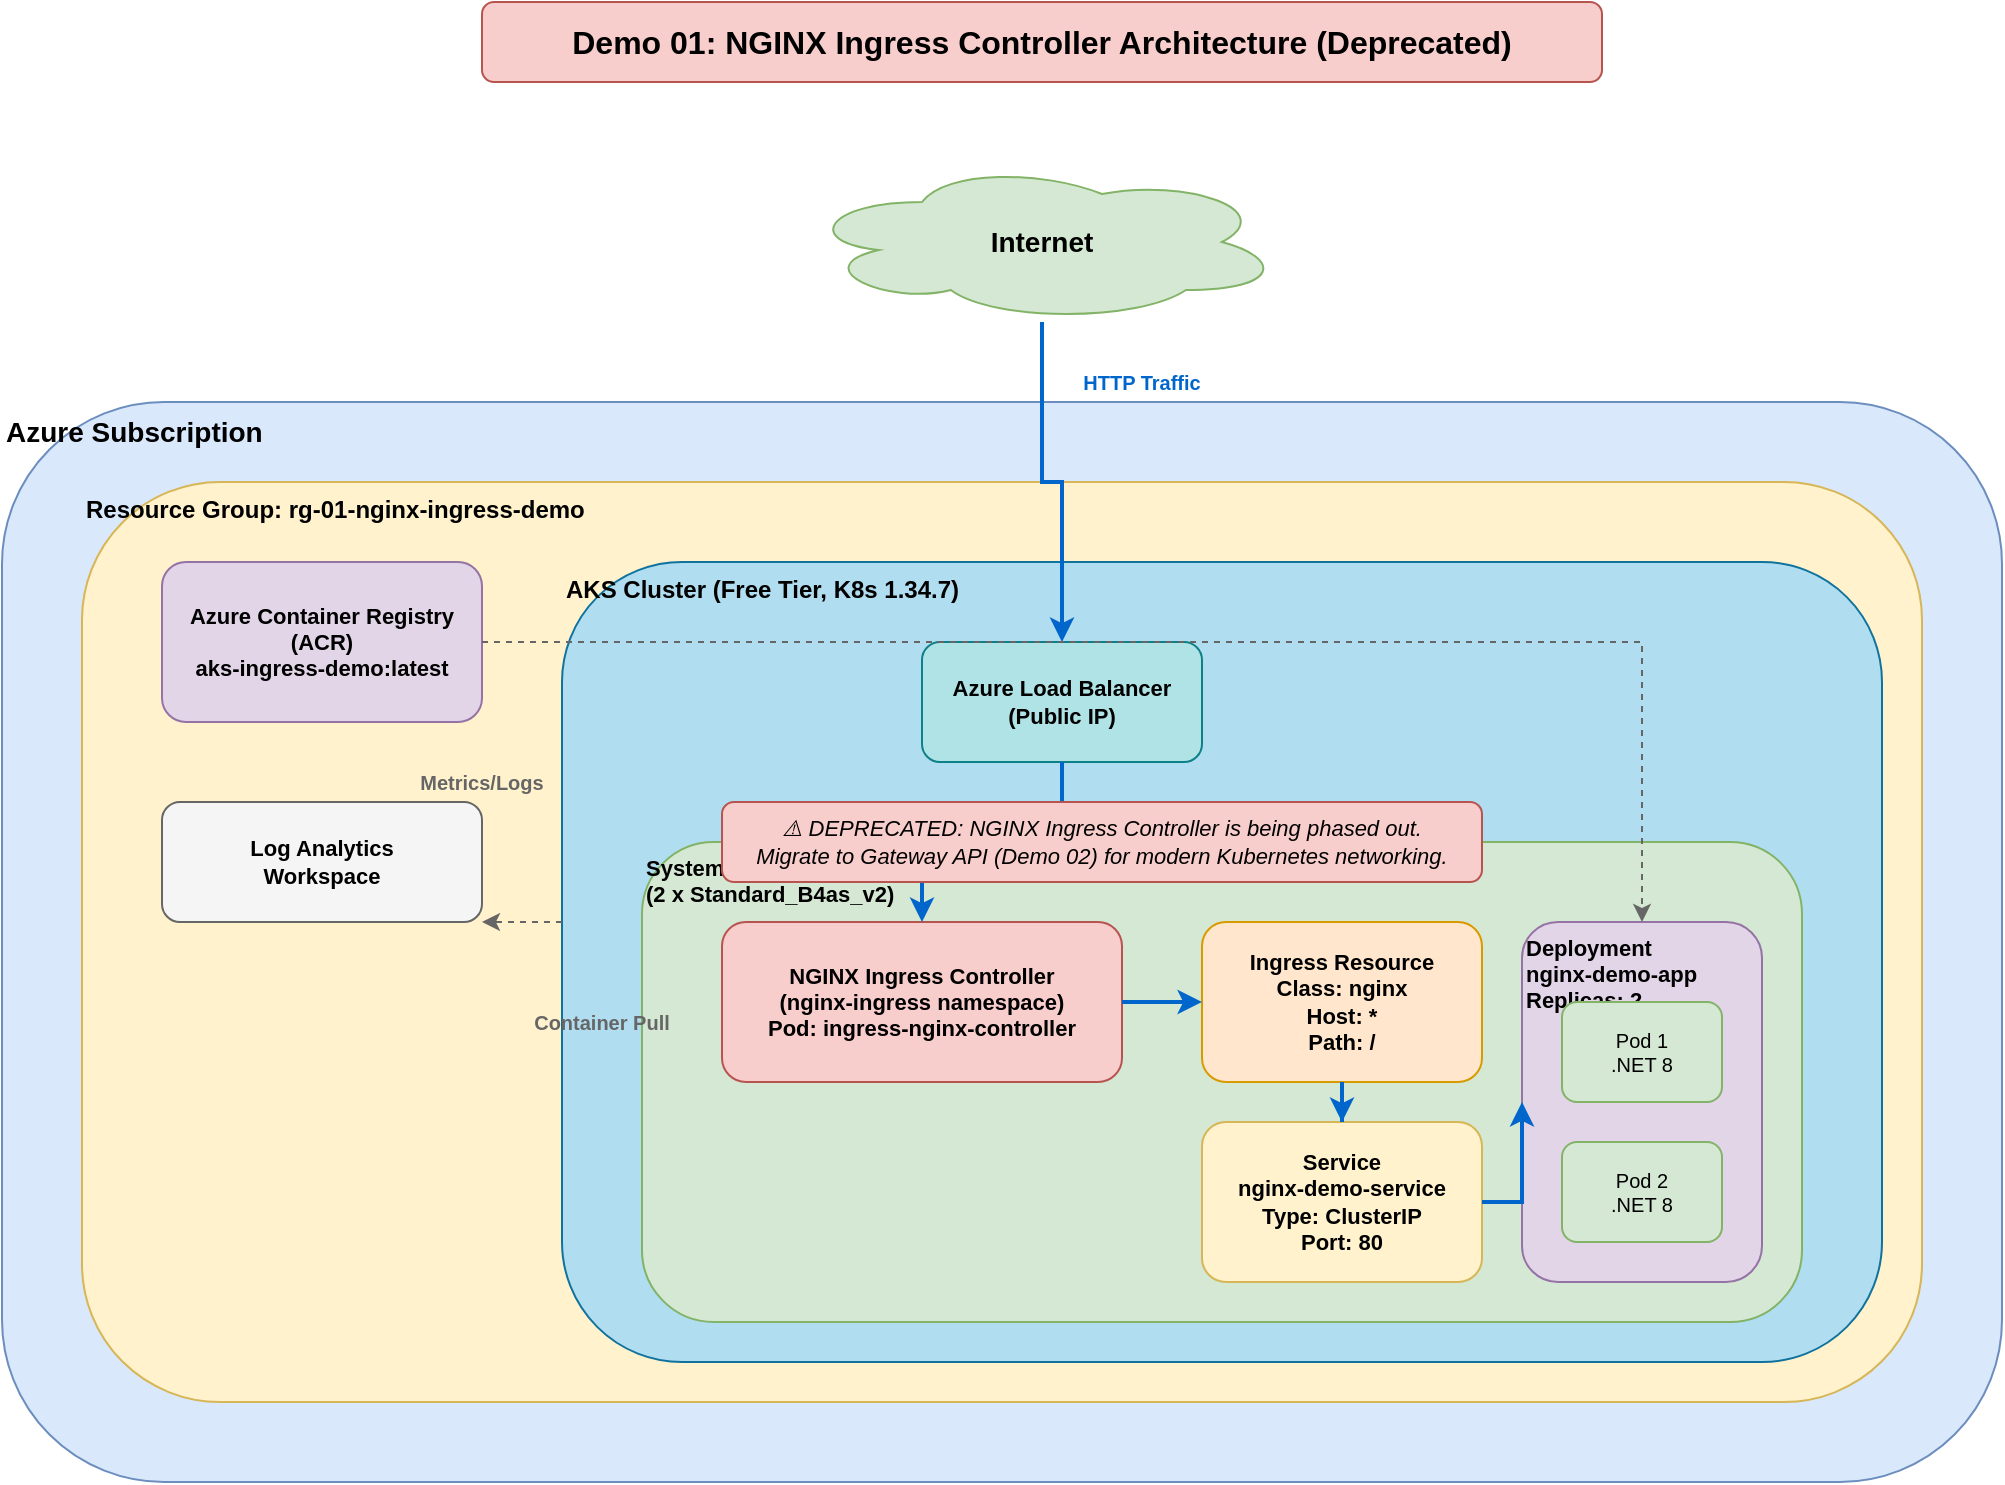
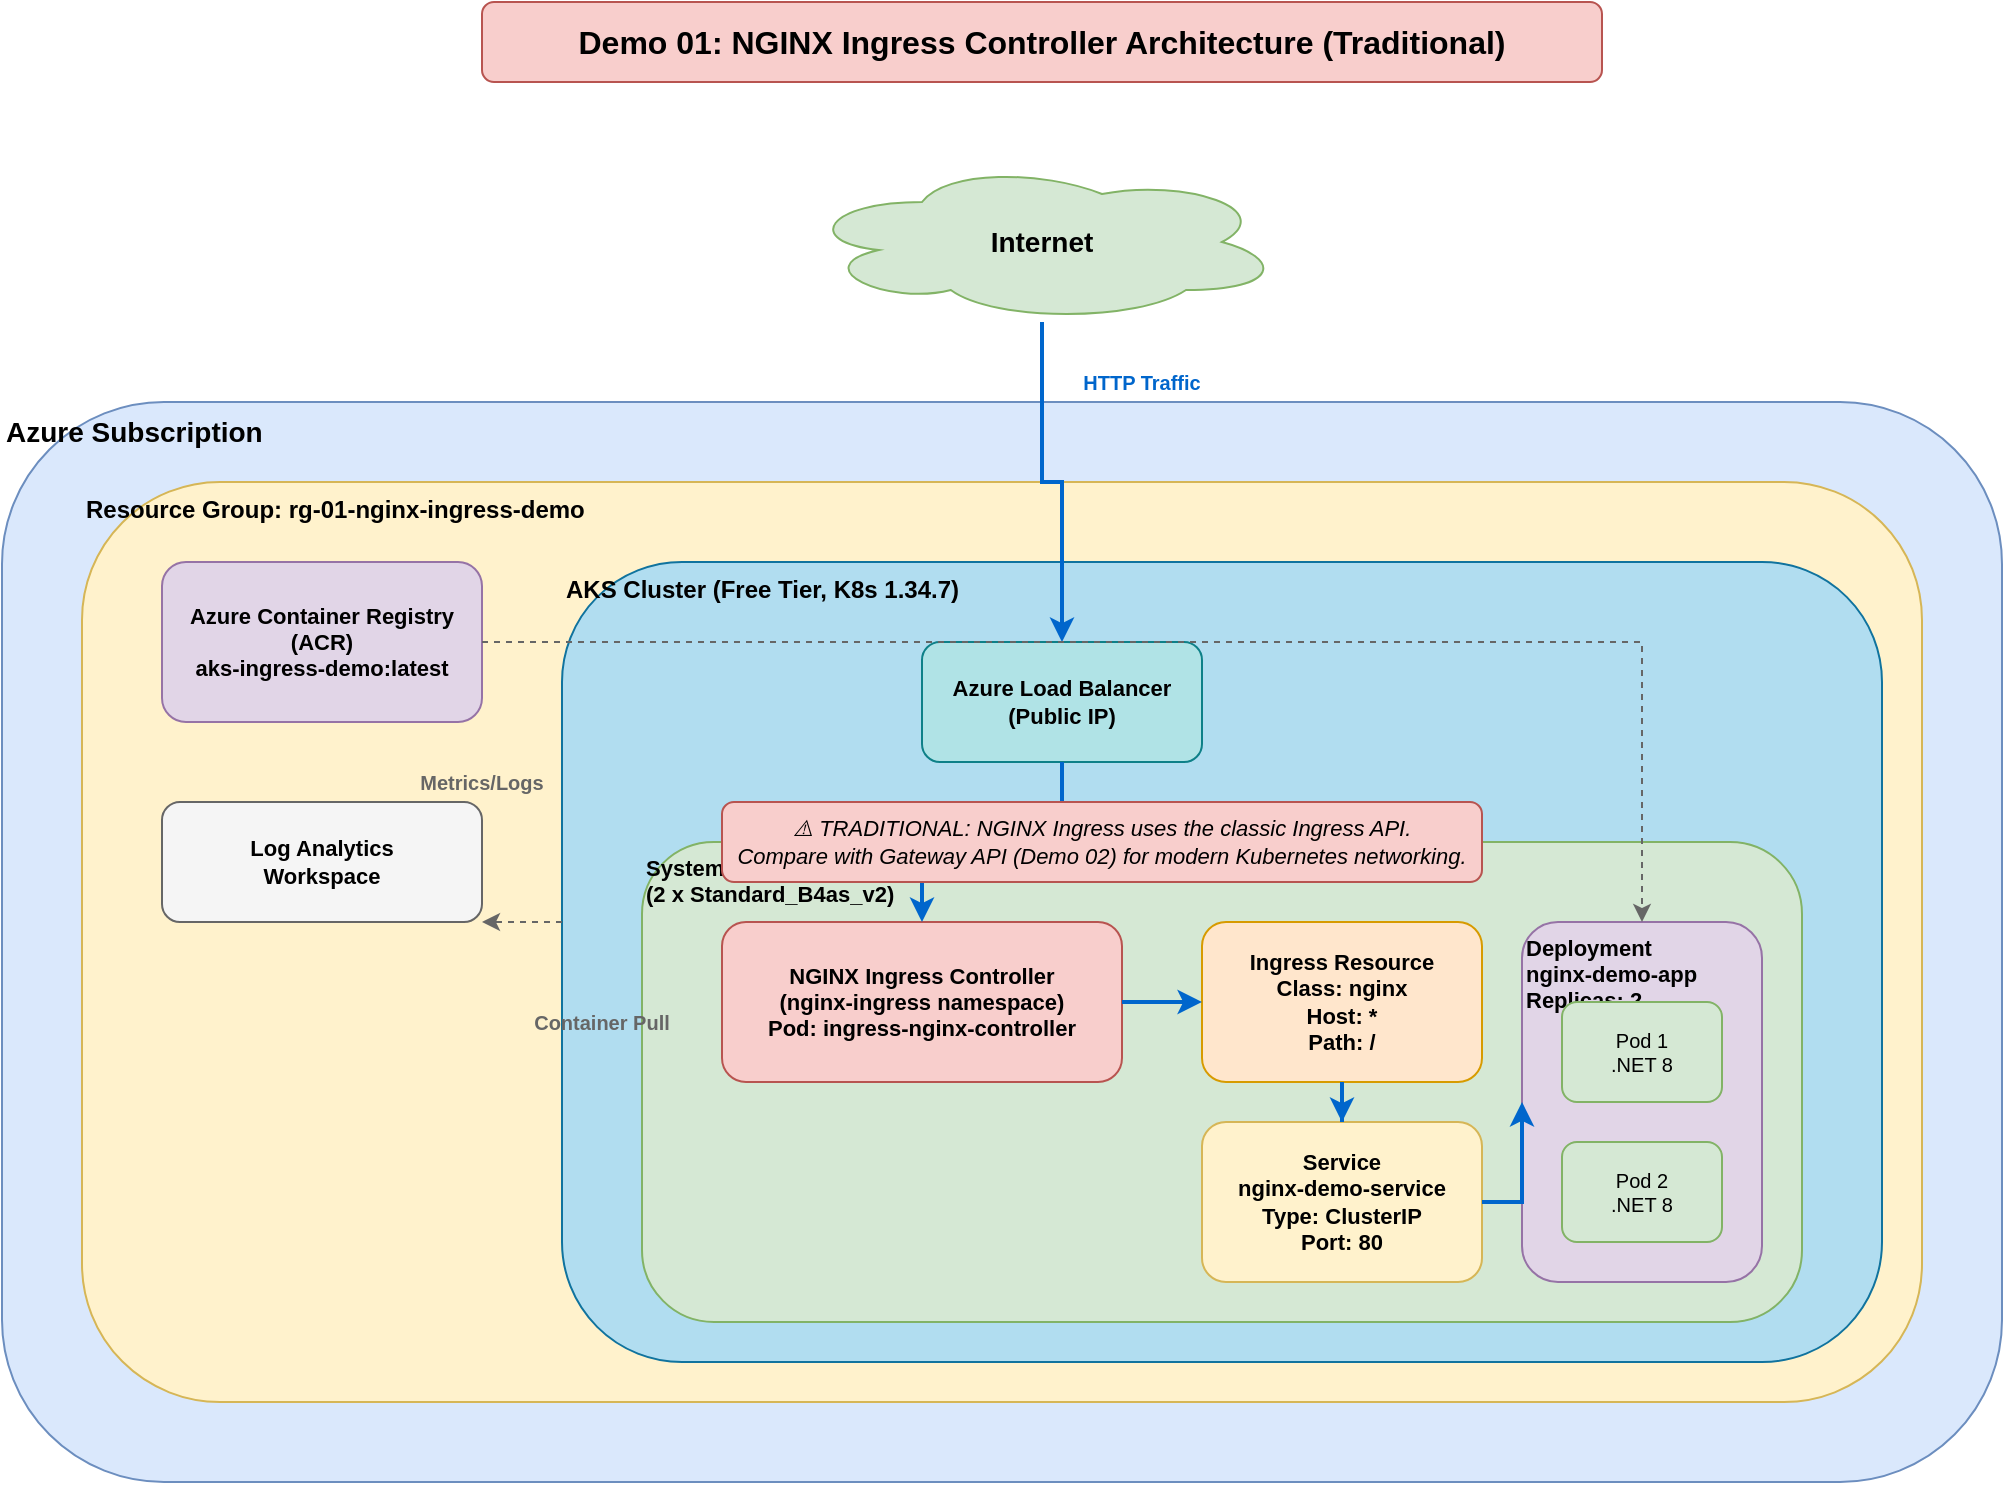
<mxfile host="app.diagrams.net" modified="2026-05-21T12:17:00.000Z" agent="draw.io" version="24.0.0">
  <diagram name="NGINX Ingress Architecture" id="nginx-ingress-arch">
    <mxGraphModel dx="1422" dy="794" grid="1" gridSize="10" guides="1" tooltips="1" connect="1" arrows="1" fold="1" page="1" pageScale="1" pageWidth="1169" pageHeight="827" math="0" shadow="0">
      <root>
        <mxCell id="0" />
        <mxCell id="1" parent="0" />

        <!-- Title -->
-         <mxCell id="title" value="Demo 01: NGINX Ingress Controller Architecture (Deprecated)" style="text;html=1;strokeColor=#b85450;fillColor=#f8cecc;align=center;verticalAlign=middle;whiteSpace=wrap;rounded=1;fontStyle=1;fontSize=16;" vertex="1" parent="1">
+         <mxCell id="title" value="Demo 01: NGINX Ingress Controller Architecture (Traditional)" style="text;html=1;strokeColor=#b85450;fillColor=#f8cecc;align=center;verticalAlign=middle;whiteSpace=wrap;rounded=1;fontStyle=1;fontSize=16;" vertex="1" parent="1">
          <mxGeometry x="320" y="40" width="560" height="40" as="geometry" />
        </mxCell>

        <!-- Internet Cloud -->
        <mxCell id="internet" value="Internet" style="ellipse;shape=cloud;whiteSpace=wrap;html=1;fillColor=#d5e8d4;strokeColor=#82b366;fontSize=14;fontStyle=1" vertex="1" parent="1">
          <mxGeometry x="480" y="120" width="240" height="80" as="geometry" />
        </mxCell>

        <!-- Azure Subscription Box -->
        <mxCell id="azure-sub" value="Azure Subscription" style="rounded=1;whiteSpace=wrap;html=1;fillColor=#dae8fc;strokeColor=#6c8ebf;verticalAlign=top;fontStyle=1;fontSize=14;align=left;" vertex="1" parent="1">
          <mxGeometry x="80" y="240" width="1000" height="540" as="geometry" />
        </mxCell>

        <!-- Resource Group -->
        <mxCell id="rg" value="Resource Group: rg-01-nginx-ingress-demo" style="rounded=1;whiteSpace=wrap;html=1;fillColor=#fff2cc;strokeColor=#d6b656;verticalAlign=top;fontStyle=1;fontSize=12;align=left;" vertex="1" parent="1">
          <mxGeometry x="120" y="280" width="920" height="460" as="geometry" />
        </mxCell>

        <!-- Azure Container Registry -->
        <mxCell id="acr" value="Azure Container Registry&#xa;(ACR)&#xa;aks-ingress-demo:latest" style="rounded=1;whiteSpace=wrap;html=1;fillColor=#e1d5e7;strokeColor=#9673a6;fontSize=11;fontStyle=1" vertex="1" parent="1">
          <mxGeometry x="160" y="320" width="160" height="80" as="geometry" />
        </mxCell>

        <!-- AKS Cluster Box -->
        <mxCell id="aks-cluster" value="AKS Cluster (Free Tier, K8s 1.34.7)" style="rounded=1;whiteSpace=wrap;html=1;fillColor=#b1ddf0;strokeColor=#10739e;verticalAlign=top;fontStyle=1;fontSize=12;align=left;" vertex="1" parent="1">
          <mxGeometry x="360" y="320" width="660" height="400" as="geometry" />
        </mxCell>

        <!-- Load Balancer -->
        <mxCell id="lb" value="Azure Load Balancer&#xa;(Public IP)" style="rounded=1;whiteSpace=wrap;html=1;fillColor=#b0e3e6;strokeColor=#0e8088;fontSize=11;fontStyle=1" vertex="1" parent="1">
          <mxGeometry x="540" y="360" width="140" height="60" as="geometry" />
        </mxCell>

        <!-- System Node Pool -->
        <mxCell id="nodepool" value="System Node Pool&#xa;(2 x Standard_B4as_v2)" style="rounded=1;whiteSpace=wrap;html=1;fillColor=#d5e8d4;strokeColor=#82b366;verticalAlign=top;fontStyle=1;fontSize=11;align=left;" vertex="1" parent="1">
          <mxGeometry x="400" y="460" width="580" height="240" as="geometry" />
        </mxCell>

        <!-- NGINX Ingress Controller -->
        <mxCell id="nginx-controller" value="NGINX Ingress Controller&#xa;(nginx-ingress namespace)&#xa;Pod: ingress-nginx-controller" style="rounded=1;whiteSpace=wrap;html=1;fillColor=#f8cecc;strokeColor=#b85450;fontSize=11;fontStyle=1" vertex="1" parent="1">
          <mxGeometry x="440" y="500" width="200" height="80" as="geometry" />
        </mxCell>

        <!-- Ingress Resource -->
        <mxCell id="ingress" value="Ingress Resource&#xa;Class: nginx&#xa;Host: *&#xa;Path: /" style="rounded=1;whiteSpace=wrap;html=1;fillColor=#ffe6cc;strokeColor=#d79b00;fontSize=11;fontStyle=1" vertex="1" parent="1">
          <mxGeometry x="680" y="500" width="140" height="80" as="geometry" />
        </mxCell>

        <!-- Service -->
        <mxCell id="service" value="Service&#xa;nginx-demo-service&#xa;Type: ClusterIP&#xa;Port: 80" style="rounded=1;whiteSpace=wrap;html=1;fillColor=#fff2cc;strokeColor=#d6b656;fontSize=11;fontStyle=1" vertex="1" parent="1">
          <mxGeometry x="680" y="600" width="140" height="80" as="geometry" />
        </mxCell>

        <!-- Deployment/Pods -->
        <mxCell id="deployment" value="Deployment&#xa;nginx-demo-app&#xa;Replicas: 2" style="rounded=1;whiteSpace=wrap;html=1;fillColor=#e1d5e7;strokeColor=#9673a6;verticalAlign=top;fontStyle=1;fontSize=11;align=left;" vertex="1" parent="1">
          <mxGeometry x="840" y="500" width="120" height="180" as="geometry" />
        </mxCell>

        <mxCell id="pod1" value="Pod 1&#xa;.NET 8" style="rounded=1;whiteSpace=wrap;html=1;fillColor=#d5e8d4;strokeColor=#82b366;fontSize=10" vertex="1" parent="1">
          <mxGeometry x="860" y="540" width="80" height="50" as="geometry" />
        </mxCell>

        <mxCell id="pod2" value="Pod 2&#xa;.NET 8" style="rounded=1;whiteSpace=wrap;html=1;fillColor=#d5e8d4;strokeColor=#82b366;fontSize=10" vertex="1" parent="1">
          <mxGeometry x="860" y="610" width="80" height="50" as="geometry" />
        </mxCell>

        <!-- Log Analytics -->
        <mxCell id="logs" value="Log Analytics&#xa;Workspace" style="rounded=1;whiteSpace=wrap;html=1;fillColor=#f5f5f5;strokeColor=#666666;fontSize=11;fontStyle=1" vertex="1" parent="1">
          <mxGeometry x="160" y="440" width="160" height="60" as="geometry" />
        </mxCell>

        <!-- Arrows -->
        <mxCell id="arrow1" style="edgeStyle=orthogonalEdgeStyle;rounded=0;orthogonalLoop=1;jettySize=auto;html=1;strokeWidth=2;strokeColor=#0066CC;" edge="1" parent="1" source="internet" target="lb">
          <mxGeometry relative="1" as="geometry" />
        </mxCell>

        <mxCell id="arrow2" style="edgeStyle=orthogonalEdgeStyle;rounded=0;orthogonalLoop=1;jettySize=auto;html=1;strokeWidth=2;strokeColor=#0066CC;" edge="1" parent="1" source="lb" target="nginx-controller">
          <mxGeometry relative="1" as="geometry" />
        </mxCell>

        <mxCell id="arrow3" style="edgeStyle=orthogonalEdgeStyle;rounded=0;orthogonalLoop=1;jettySize=auto;html=1;strokeWidth=2;strokeColor=#0066CC;" edge="1" parent="1" source="nginx-controller" target="ingress">
          <mxGeometry relative="1" as="geometry" />
        </mxCell>

        <mxCell id="arrow4" style="edgeStyle=orthogonalEdgeStyle;rounded=0;orthogonalLoop=1;jettySize=auto;html=1;strokeWidth=2;strokeColor=#0066CC;" edge="1" parent="1" source="ingress" target="service">
          <mxGeometry relative="1" as="geometry" />
        </mxCell>

        <mxCell id="arrow5" style="edgeStyle=orthogonalEdgeStyle;rounded=0;orthogonalLoop=1;jettySize=auto;html=1;strokeWidth=2;strokeColor=#0066CC;" edge="1" parent="1" source="service" target="deployment">
          <mxGeometry relative="1" as="geometry" />
        </mxCell>

        <mxCell id="arrow6" style="edgeStyle=orthogonalEdgeStyle;rounded=0;orthogonalLoop=1;jettySize=auto;html=1;strokeWidth=1;strokeColor=#666666;dashed=1;" edge="1" parent="1" source="acr" target="deployment">
          <mxGeometry relative="1" as="geometry" />
        </mxCell>

        <mxCell id="arrow7" style="edgeStyle=orthogonalEdgeStyle;rounded=0;orthogonalLoop=1;jettySize=auto;html=1;strokeWidth=1;strokeColor=#666666;dashed=1;" edge="1" parent="1" source="aks-cluster" target="logs">
          <mxGeometry relative="1" as="geometry">
            <Array as="points">
              <mxPoint x="380" y="470" />
              <mxPoint x="380" y="470" />
            </Array>
          </mxGeometry>
        </mxCell>

        <!-- Labels -->
        <mxCell id="label1" value="HTTP Traffic" style="text;html=1;align=center;verticalAlign=middle;whiteSpace=wrap;fontSize=10;fontColor=#0066CC;fontStyle=1" vertex="1" parent="1">
          <mxGeometry x="610" y="220" width="80" height="20" as="geometry" />
        </mxCell>

        <mxCell id="label2" value="Container Pull" style="text;html=1;align=center;verticalAlign=middle;whiteSpace=wrap;fontSize=10;fontColor=#666666;fontStyle=1" vertex="1" parent="1">
          <mxGeometry x="340" y="540" width="80" height="20" as="geometry" />
        </mxCell>

        <mxCell id="label3" value="Metrics/Logs" style="text;html=1;align=center;verticalAlign=middle;whiteSpace=wrap;fontSize=10;fontColor=#666666;fontStyle=1" vertex="1" parent="1">
          <mxGeometry x="280" y="420" width="80" height="20" as="geometry" />
        </mxCell>

        <!-- Deprecation Notice -->
-         <mxCell id="deprecation" value="⚠️ DEPRECATED: NGINX Ingress Controller is being phased out.&#xa;Migrate to Gateway API (Demo 02) for modern Kubernetes networking." style="text;html=1;strokeColor=#b85450;fillColor=#f8cecc;align=center;verticalAlign=middle;whiteSpace=wrap;rounded=1;fontSize=11;fontStyle=2" vertex="1" parent="1">
+         <mxCell id="traditional-note" value="⚠️ TRADITIONAL: NGINX Ingress uses the classic Ingress API.&#xa;Compare with Gateway API (Demo 02) for modern Kubernetes networking." style="text;html=1;strokeColor=#b85450;fillColor=#f8cecc;align=center;verticalAlign=middle;whiteSpace=wrap;rounded=1;fontSize=11;fontStyle=2" vertex="1" parent="1">
          <mxGeometry x="440" y="440" width="380" height="40" as="geometry" />
        </mxCell>

      </root>
    </mxGraphModel>
  </diagram>
</mxfile>
